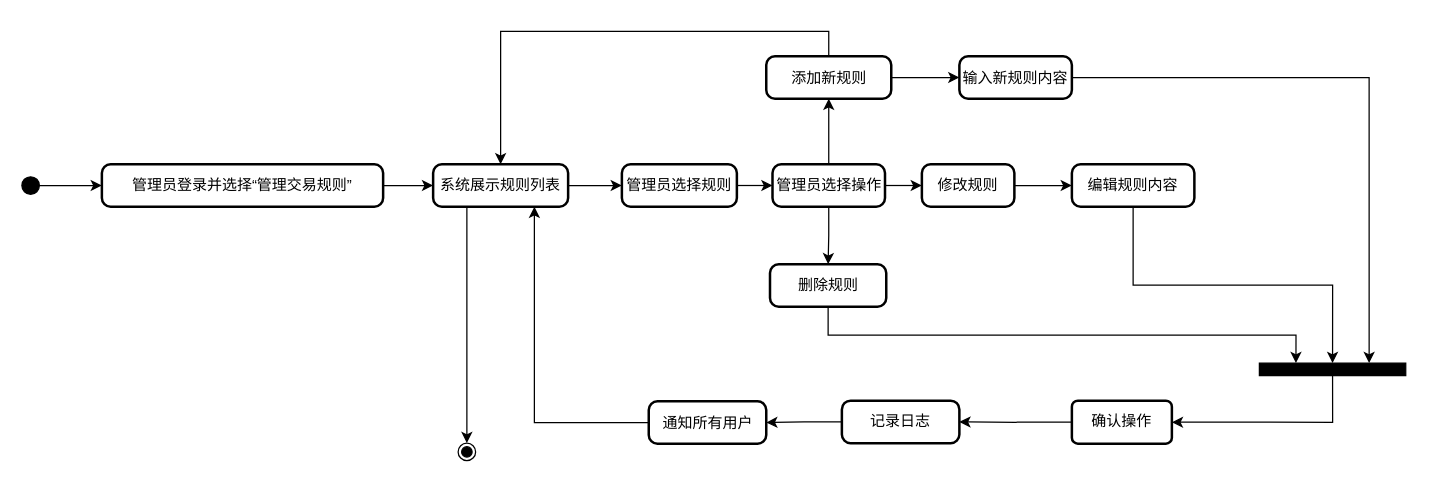
Above: page "行为建模" (2 of 2) of 文档/需求分析规约文档/三种建模/07制定和调整平台交易规则用例建模.drawio in w1ntercube/TJ-SE-Design (draw.io), before the change. Source tidied: cells renumbered, new cells numbered last; positions are measured from the earlier drawing's top-left corner, leaving out a move shared by most shapes. Both pictures are drawn from the tidied source at 125%, with x=0, y=0 at pixel (21, 55).
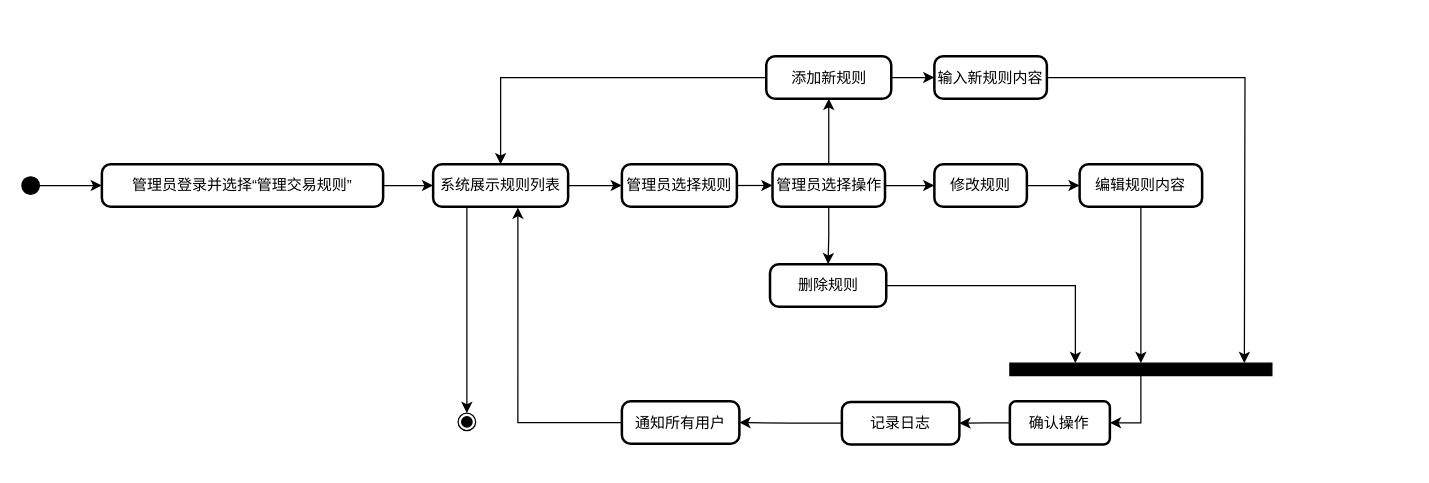
The same page after the edit.

Unchanged cells that the change refers to:
```xml
<mxCell id="5" value="系统展示规则列表" style="rounded=1;absoluteArcSize=1;arcSize=14;whiteSpace=wrap;strokeWidth=2;" parent="1" vertex="1">
  <mxGeometry x="329" y="86.9" width="108" height="34" as="geometry" />
</mxCell>
<mxCell id="12" value="添加新规则" style="rounded=1;absoluteArcSize=1;arcSize=14;whiteSpace=wrap;strokeWidth=2;" parent="1" vertex="1">
  <mxGeometry x="595.5" y="0.5" width="100" height="34" as="geometry" />
</mxCell>
<mxCell id="19" value="删除规则" style="rounded=1;absoluteArcSize=1;arcSize=14;whiteSpace=wrap;strokeWidth=2;" parent="1" vertex="1">
  <mxGeometry x="598.5" y="166.9" width="93" height="34" as="geometry" />
</mxCell>
```

What changed in the source:
```diff
@@
-    <mxCell id="10" style="edgeStyle=orthogonalEdgeStyle;rounded=0;jettySize=auto;html=1;exitX=0.5;exitY=0;exitDx=0;exitDy=0;" parent="1" edge="1" source="12" target="5">
+    <mxCell id="10" style="edgeStyle=orthogonalEdgeStyle;rounded=0;jettySize=auto;html=1;exitX=0;exitY=0.5;exitDx=0;exitDy=0;" parent="1" edge="1" source="12" target="5">
       <mxGeometry relative="1" as="geometry" />
     </mxCell>
@@
     <mxCell id="13" value="修改规则" style="rounded=1;absoluteArcSize=1;arcSize=14;whiteSpace=wrap;strokeWidth=2;" parent="1" vertex="1">
-      <mxGeometry x="720" y="86.9" width="74" height="34" as="geometry" />
+      <mxGeometry x="730" y="86.9" width="74" height="34" as="geometry" />
     </mxCell>
@@
     <mxCell id="15" value="编辑规则内容" style="rounded=1;absoluteArcSize=1;arcSize=14;whiteSpace=wrap;strokeWidth=2;" parent="1" vertex="1">
-      <mxGeometry x="840" y="86.9" width="98" height="34" as="geometry" />
+      <mxGeometry x="846.2" y="86.9" width="98" height="34" as="geometry" />
     </mxCell>
@@
     <mxCell id="17" value="记录日志" style="rounded=1;absoluteArcSize=1;arcSize=14;whiteSpace=wrap;strokeWidth=2;" parent="1" vertex="1">
-      <mxGeometry x="656" y="276" width="94" height="34" as="geometry" />
+      <mxGeometry x="656" y="277" width="94" height="34" as="geometry" />
     </mxCell>
-    <mxCell id="18" style="edgeStyle=orthogonalEdgeStyle;rounded=0;jettySize=auto;html=1;exitX=0.5;exitY=1;exitDx=0;exitDy=0;entryX=0.25;entryY=0;entryDx=0;entryDy=0;" parent="1" edge="1" source="19" target="30">
+    <mxCell id="18" style="edgeStyle=orthogonalEdgeStyle;rounded=0;jettySize=auto;html=1;exitX=1;exitY=0.5;exitDx=0;exitDy=0;entryX=0.25;entryY=0;entryDx=0;entryDy=0;" parent="1" edge="1" source="19" target="30">
       <mxGeometry relative="1" as="geometry" />
     </mxCell>
@@
     <mxCell id="20" style="ellipse;shape=endState;fillColor=strokeColor;" parent="1" vertex="1">
-      <mxGeometry x="349" y="310" width="14" height="14" as="geometry" />
+      <mxGeometry x="349" y="286" width="14" height="14" as="geometry" />
     </mxCell>
@@
-    <mxCell id="27" style="edgeStyle=orthogonalEdgeStyle;rounded=0;jettySize=auto;html=1;entryX=0.75;entryY=0;entryDx=0;entryDy=0;" parent="1" edge="1" source="28" target="30">
-      <mxGeometry relative="1" as="geometry" />
-    </mxCell>
     <mxCell id="28" value="输入新规则内容" style="rounded=1;absoluteArcSize=1;arcSize=14;whiteSpace=wrap;strokeWidth=2;" parent="1" vertex="1">
-      <mxGeometry x="750" y="0.5" width="90" height="34" as="geometry" />
+      <mxGeometry x="730" y="0.5" width="90" height="34" as="geometry" />
     </mxCell>
@@
     <mxCell id="30" style="rounded=0;whiteSpace=wrap;html=1;fontSize=12;fillColor=#000000;" parent="1" vertex="1">
-      <mxGeometry x="990" y="246" width="117.1" height="10" as="geometry" />
+      <mxGeometry x="790.4" y="246" width="209.6" height="10" as="geometry" />
     </mxCell>
-    <mxCell id="31" style="edgeStyle=orthogonalEdgeStyle;rounded=0;jettySize=auto;html=1;exitX=0;exitY=0.5;exitDx=0;exitDy=0;entryX=1;entryY=0.5;entryDx=0;entryDy=0;" parent="1" edge="1" source="32" target="17">
+    <mxCell id="31" style="edgeStyle=orthogonalEdgeStyle;rounded=0;jettySize=auto;html=1;entryX=1;entryY=0.5;entryDx=0;entryDy=0;" parent="1" edge="1" source="32" target="17">
       <mxGeometry relative="1" as="geometry" />
     </mxCell>
     <mxCell id="32" value="确认操作" style="whiteSpace=wrap;html=1;rounded=1;arcSize=14;strokeWidth=2;" parent="1" vertex="1">
-      <mxGeometry x="840" y="276" width="80" height="34.5" as="geometry" />
+      <mxGeometry x="790.4" y="276.5" width="80" height="34.5" as="geometry" />
     </mxCell>
-    <mxCell id="33" style="edgeStyle=orthogonalEdgeStyle;rounded=0;jettySize=auto;html=1;exitX=0;exitY=0.5;exitDx=0;exitDy=0;entryX=0.75;entryY=1;entryDx=0;entryDy=0;" parent="1" edge="1" source="34" target="5">
+    <mxCell id="33" style="edgeStyle=orthogonalEdgeStyle;rounded=0;jettySize=auto;html=1;exitX=0;exitY=0.5;exitDx=0;exitDy=0;entryX=0.628;entryY=1.02;entryDx=0;entryDy=0;entryPerimeter=0;" parent="1" edge="1" source="34" target="5">
       <mxGeometry relative="1" as="geometry" />
     </mxCell>
     <mxCell id="34" value="通知所有用户" style="rounded=1;absoluteArcSize=1;arcSize=14;whiteSpace=wrap;strokeWidth=2;" parent="1" vertex="1">
-      <mxGeometry x="501.5" y="276.5" width="94" height="34" as="geometry" />
+      <mxGeometry x="480" y="276.5" width="94" height="34" as="geometry" />
     </mxCell>
+    <mxCell id="35" style="edgeStyle=orthogonalEdgeStyle;rounded=0;jettySize=auto;html=1;" parent="1" edge="1" source="28">
+      <mxGeometry relative="1" as="geometry">
+        <mxPoint x="978" y="246" as="targetPoint" />
+      </mxGeometry>
+    </mxCell>
```
